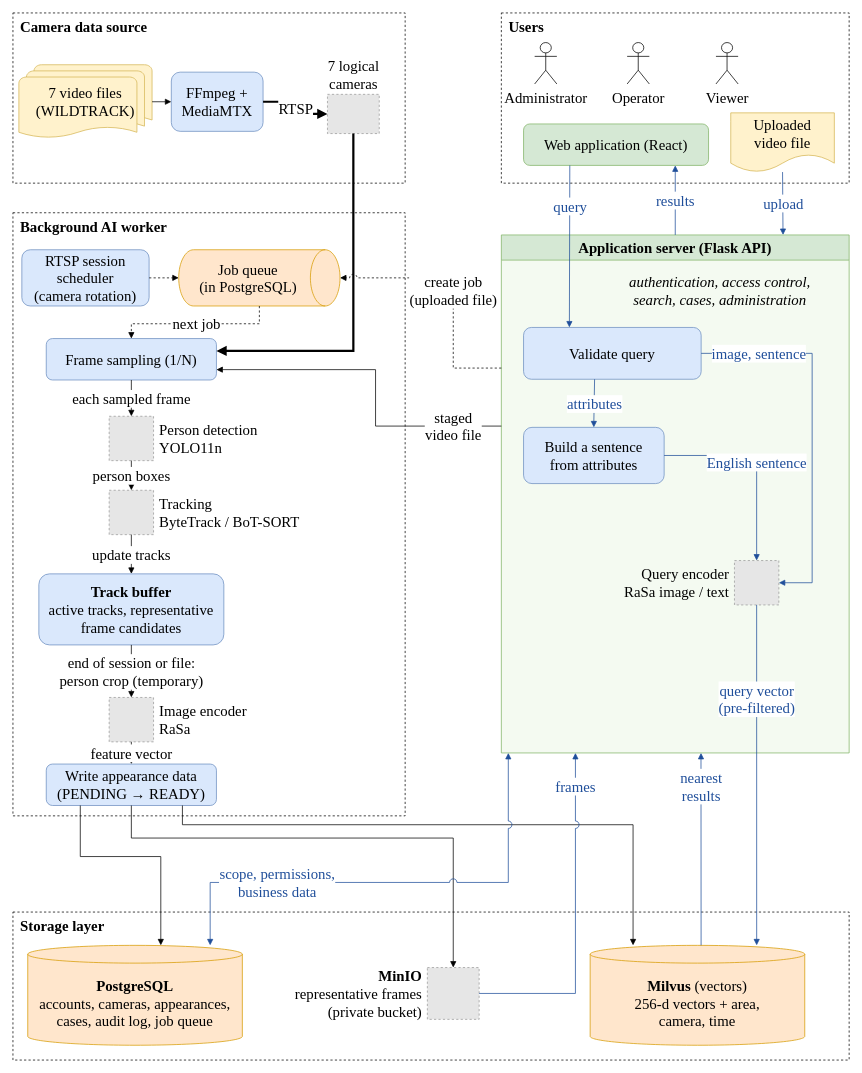
huy-nguyencong/capstone_project_new keeps this draw.io diagram as report/thesis-en/figures/H2-kien-truc.drawio. Above is the earlier version. Source tidied: cells renumbered, new cells numbered last; positions are measured from the earlier drawing's top-left corner, leaving out a move shared by most shapes. Both pictures are drawn from the tidied source at 74%, with x=0, y=0 at pixel (13, 13). Pictures stored in the file or linked from it are replaced by grey dashed boxes.
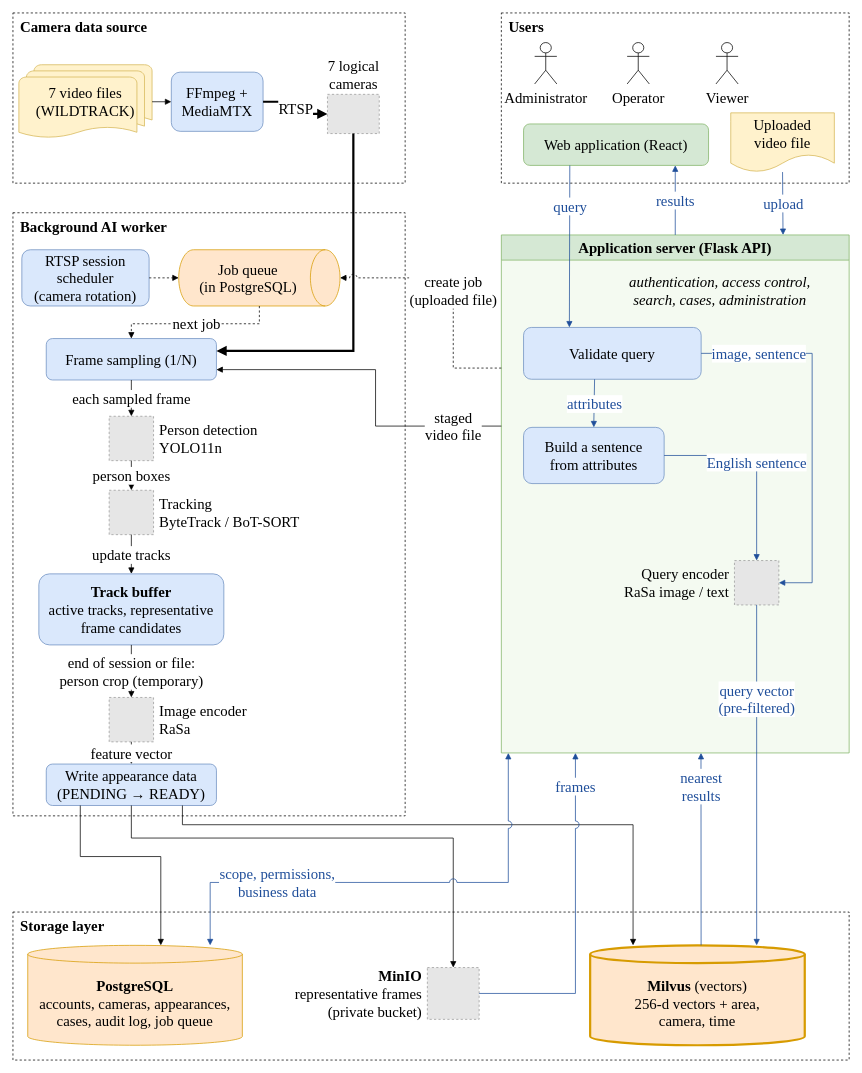
After the change.

Diff of the diagram source:
```diff
@@
-    <mxCell id="28" value="&lt;b&gt;Milvus&lt;/b&gt; (vectors)&lt;br&gt;256-d vectors + area,&lt;br&gt;camera, time" style="shape=cylinder3;whiteSpace=wrap;html=1;boundedLbl=1;size=12;fillColor=#FFE6CC;strokeColor=#D79B00;fontFamily=Times New Roman;fontSize=20;" parent="1" vertex="1">
+    <mxCell id="28" value="&lt;b&gt;Milvus&lt;/b&gt; (vectors)&lt;br&gt;256-d vectors + area,&lt;br&gt;camera, time" style="shape=cylinder3;whiteSpace=wrap;html=1;boundedLbl=1;size=12;fillColor=#FFE6CC;strokeColor=#D79B00;strokeWidth=3;fontFamily=Times New Roman;fontSize=20;" parent="1" vertex="1">
       <mxGeometry x="780" y="1260" width="290" height="135" as="geometry" />
     </mxCell>
```
